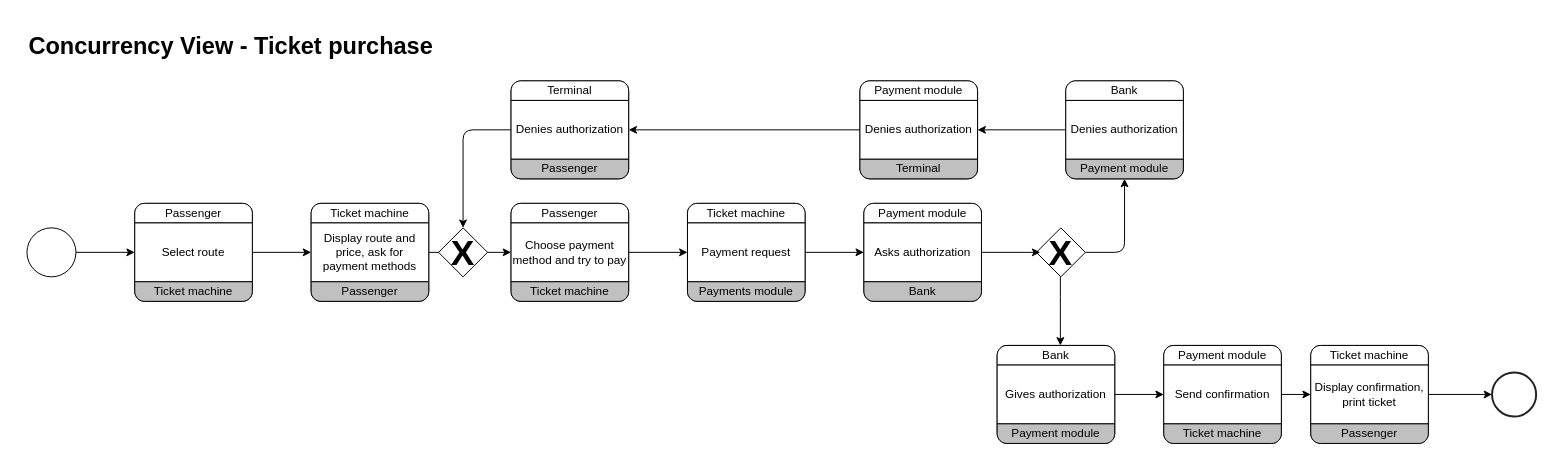
The draw.io diagram drawings/views_final_version/concurrency_view_1.drawio in aleCombi/SoftwareArchitecture, before the edit. Source tidied: cells renumbered, new cells numbered last; positions are measured from the earlier drawing's top-left corner, leaving out a move shared by most shapes. Both pictures are drawn from the tidied source at 98%, with x=0, y=0 at pixel (26, 31).
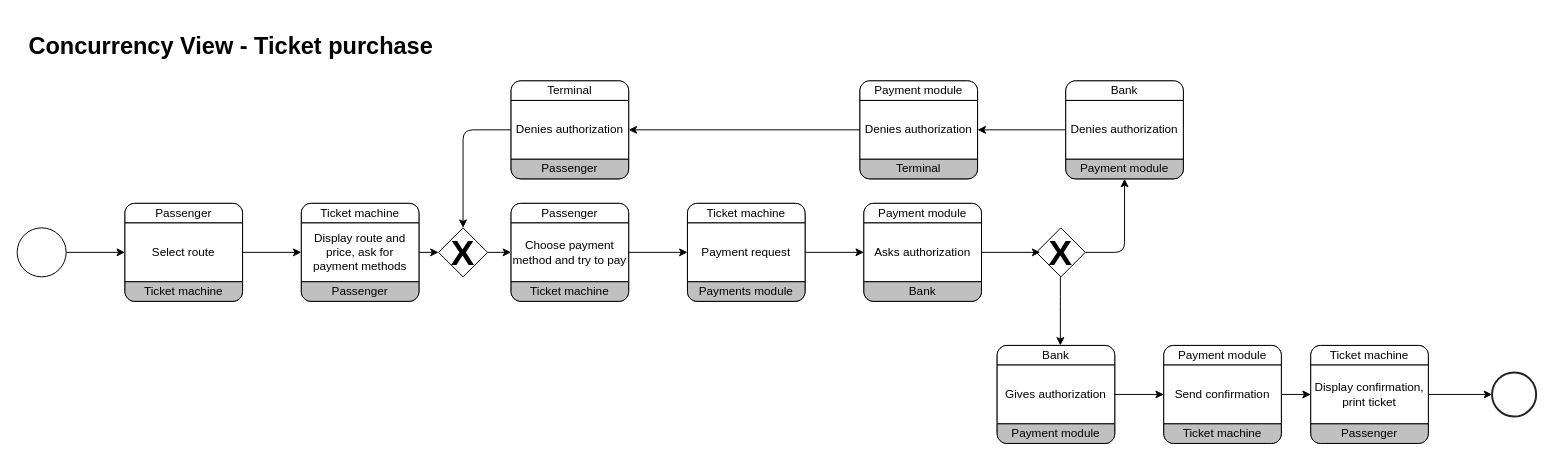
The same page after the edit.

Commit message (it also covers changes not shown here):
Corrected concurrency diagram

Unchanged cells that the change refers to:
```xml
<mxCell id="17" style="rounded=1;whiteSpace=wrap;html=1;absoluteArcSize=1;arcSize=20;horizontal=1;" parent="1" vertex="1">
  <mxGeometry x="494" y="175" width="120" height="100" as="geometry" />
</mxCell>
<mxCell id="53" value="&lt;font style=&quot;font-size: 36px;&quot;&gt;&lt;b style=&quot;&quot;&gt;X&lt;/b&gt;&lt;/font&gt;" style="rhombus;whiteSpace=wrap;html=1;" parent="1" vertex="1">
  <mxGeometry x="420" y="200" width="50" height="50" as="geometry" />
</mxCell>
```

The edit, as a diff of the source:
```diff
@@
     <mxCell id="3" style="rounded=1;whiteSpace=wrap;html=1;absoluteArcSize=1;arcSize=20;horizontal=1;" parent="1" vertex="1">
-      <mxGeometry x="110" y="175" width="120" height="100" as="geometry" />
+      <mxGeometry x="100" y="175" width="120" height="100" as="geometry" />
     </mxCell>
@@
     <mxCell id="11" style="ellipse;whiteSpace=wrap;html=1;fontSize=36;" parent="1" vertex="1">
-      <mxGeometry y="200" width="50" height="50" as="geometry" />
+      <mxGeometry x="-10" y="200" width="50" height="50" as="geometry" />
     </mxCell>
-    <mxCell id="12" style="edgeStyle=none;html=1;exitX=1;exitY=0.5;exitDx=0;exitDy=0;entryX=0;entryY=0.5;entryDx=0;entryDy=0;fontSize=36;" parent="1" edge="1" source="13" target="17">
-      <mxGeometry relative="1" as="geometry" />
-    </mxCell>
+    <mxCell id="65" style="edgeStyle=none;html=1;exitX=1;exitY=0.5;exitDx=0;exitDy=0;entryX=0;entryY=0.5;entryDx=0;entryDy=0;" parent="1" edge="1" source="13" target="53">
+      <mxGeometry relative="1" as="geometry" />
+    </mxCell>
     <mxCell id="13" style="rounded=1;whiteSpace=wrap;html=1;absoluteArcSize=1;arcSize=20;horizontal=1;" parent="1" vertex="1">
-      <mxGeometry x="290" y="175" width="120" height="100" as="geometry" />
+      <mxGeometry x="280" y="175" width="120" height="100" as="geometry" />
     </mxCell>
@@
+    <mxCell id="66" style="edgeStyle=none;html=1;exitX=1;exitY=0.5;exitDx=0;exitDy=0;entryX=0;entryY=0.5;entryDx=0;entryDy=0;" parent="1" edge="1" source="53" target="17">
+      <mxGeometry relative="1" as="geometry" />
+    </mxCell>
```
